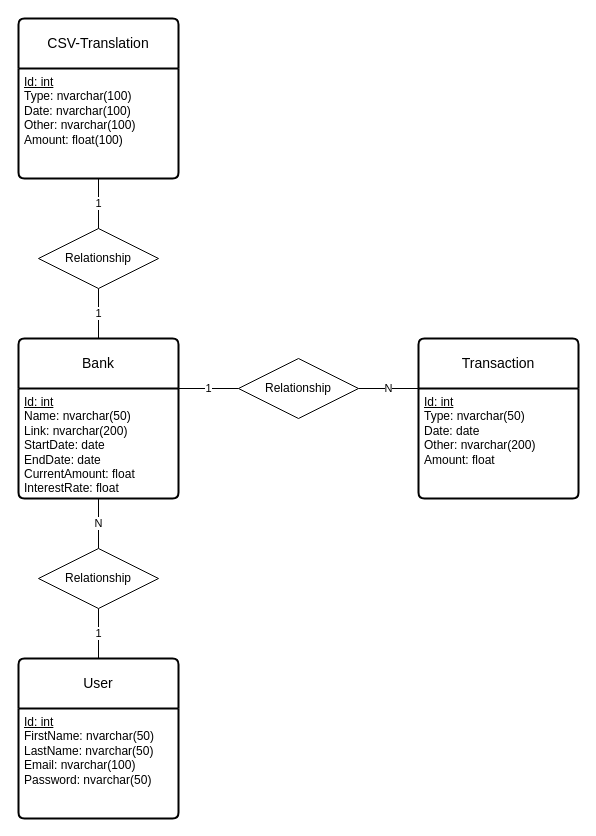
Before: Draw.io/Database_Schema.drawio in LukasTrust/rust_financial_manager, a draw.io diagram. Source tidied: cells renumbered, new cells numbered last; positions are measured from the earlier drawing's top-left corner, leaving out a move shared by most shapes. Both pictures are drawn from the tidied source at 100%, with x=0, y=0 at pixel (18, 18).
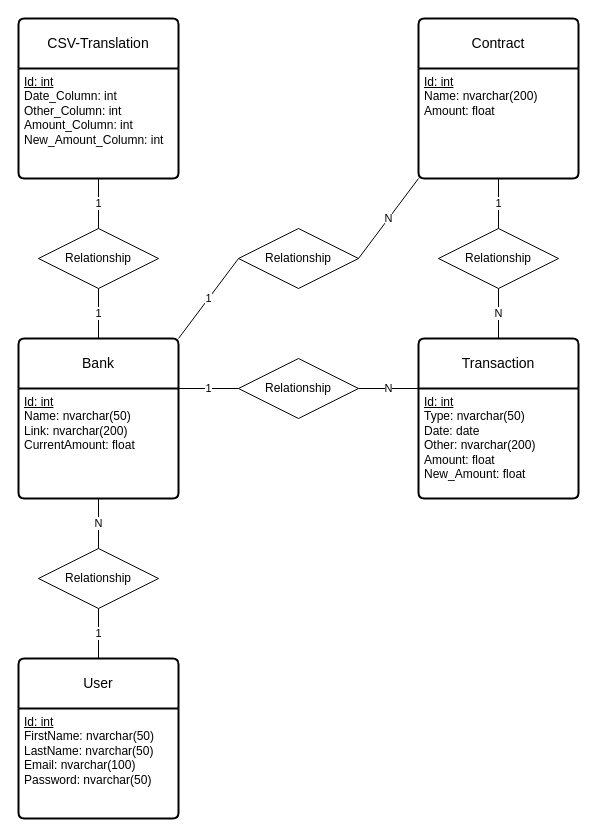
Above is the later version.

The change refers to these unchanged cells:
```xml
<mxCell id="3" value="Bank" style="swimlane;horizontal=1;startSize=50;rounded=1;fontSize=14;fontStyle=0;strokeWidth=2;shadow=0;dashed=0;align=center;arcSize=4;whiteSpace=wrap;html=1;" parent="1" vertex="1">
  <mxGeometry y="320" width="160" height="160" as="geometry" />
</mxCell>
<mxCell id="5" value="Transaction" style="swimlane;horizontal=1;startSize=50;rounded=1;fontSize=14;fontStyle=0;strokeWidth=2;shadow=0;dashed=0;align=center;arcSize=4;whiteSpace=wrap;html=1;" parent="1" vertex="1">
  <mxGeometry x="400" y="320" width="160" height="160" as="geometry" />
</mxCell>
<mxCell id="15" value="CSV-Translation" style="swimlane;horizontal=1;startSize=50;rounded=1;fontSize=14;fontStyle=0;strokeWidth=2;shadow=0;dashed=0;align=center;arcSize=4;whiteSpace=wrap;html=1;" parent="1" vertex="1">
  <mxGeometry width="160" height="160" as="geometry" />
</mxCell>
```

Diff of the diagram source:
```diff
@@
+    <mxCell id="20" value="1" style="rounded=0;jettySize=auto;html=1;exitX=1;exitY=0;exitDx=0;exitDy=0;entryX=0;entryY=0.5;entryDx=0;entryDy=0;endArrow=none;endFill=0;" parent="1" edge="1" source="3" target="24">
+      <mxGeometry relative="1" as="geometry" />
+    </mxCell>
@@
-    <mxCell id="4" value="&lt;u&gt;Id: int&lt;/u&gt;&lt;div&gt;Name: nvarchar(50)&lt;/div&gt;&lt;div&gt;Link: nvarchar(200)&lt;/div&gt;&lt;div&gt;StartDate: date&lt;/div&gt;&lt;div&gt;EndDate: date&lt;/div&gt;&lt;div&gt;CurrentAmount: float&lt;/div&gt;&lt;div&gt;InterestRate: float&lt;br&gt;&lt;/div&gt;" style="align=left;strokeColor=none;fillColor=none;spacingLeft=4;fontSize=12;verticalAlign=top;html=1;" parent="3" vertex="1">
+    <mxCell id="4" value="&lt;u&gt;Id: int&lt;/u&gt;&lt;div&gt;Name: nvarchar(50)&lt;/div&gt;&lt;div&gt;Link: nvarchar(200)&lt;/div&gt;&lt;div&gt;&lt;span style=&quot;background-color: initial;&quot;&gt;CurrentAmount: float&lt;/span&gt;&lt;br&gt;&lt;/div&gt;&lt;div&gt;&lt;br&gt;&lt;/div&gt;" style="align=left;strokeColor=none;fillColor=none;spacingLeft=4;fontSize=12;verticalAlign=top;html=1;" parent="3" vertex="1">
       <mxGeometry y="50" width="160" height="110" as="geometry" />
     </mxCell>
@@
-    <mxCell id="6" value="&lt;u&gt;Id: int&lt;/u&gt;&lt;div&gt;Type: nvarchar(50)&lt;/div&gt;&lt;div&gt;Date: date&lt;/div&gt;&lt;div&gt;Other: nvarchar(200)&lt;/div&gt;&lt;div&gt;Amount: float&lt;/div&gt;&lt;div&gt;&lt;br&gt;&lt;/div&gt;" style="align=left;strokeColor=none;fillColor=none;spacingLeft=4;fontSize=12;verticalAlign=top;html=1;" parent="5" vertex="1">
+    <mxCell id="6" value="&lt;u&gt;Id: int&lt;/u&gt;&lt;div&gt;Type: nvarchar(50)&lt;/div&gt;&lt;div&gt;Date: date&lt;/div&gt;&lt;div&gt;Other: nvarchar(200)&lt;/div&gt;&lt;div&gt;Amount: float&lt;/div&gt;&lt;div&gt;New_Amount: float&lt;/div&gt;" style="align=left;strokeColor=none;fillColor=none;spacingLeft=4;fontSize=12;verticalAlign=top;html=1;" parent="5" vertex="1">
       <mxGeometry y="50" width="160" height="110" as="geometry" />
     </mxCell>
@@
-    <mxCell id="16" value="&lt;u&gt;Id: int&lt;/u&gt;&lt;div&gt;Type: nvarchar(100)&lt;/div&gt;&lt;div&gt;Date: nvarchar(100)&lt;/div&gt;&lt;div&gt;Other: nvarchar(100)&lt;/div&gt;&lt;div&gt;Amount: float(100)&lt;/div&gt;" style="align=left;strokeColor=none;fillColor=none;spacingLeft=4;fontSize=12;verticalAlign=top;html=1;" parent="15" vertex="1">
+    <mxCell id="16" value="&lt;u&gt;Id: int&lt;/u&gt;&lt;div&gt;&lt;span style=&quot;background-color: initial;&quot;&gt;Date&lt;/span&gt;&lt;span style=&quot;background-color: initial;&quot;&gt;_Column: int&lt;/span&gt;&lt;br&gt;&lt;/div&gt;&lt;div&gt;Other&lt;span style=&quot;background-color: initial;&quot;&gt;_Column: int&lt;/span&gt;&lt;/div&gt;&lt;div&gt;Amount&lt;span style=&quot;background-color: initial;&quot;&gt;_Column: int&lt;/span&gt;&lt;/div&gt;&lt;div&gt;New_Amount_Column: int&lt;/div&gt;" style="align=left;strokeColor=none;fillColor=none;spacingLeft=4;fontSize=12;verticalAlign=top;html=1;" parent="15" vertex="1">
       <mxGeometry y="50" width="160" height="110" as="geometry" />
     </mxCell>
@@
+    <mxCell id="21" value="Contract" style="swimlane;horizontal=1;startSize=50;rounded=1;fontSize=14;fontStyle=0;strokeWidth=2;shadow=0;dashed=0;align=center;arcSize=4;whiteSpace=wrap;html=1;" parent="1" vertex="1">
+      <mxGeometry x="400" width="160" height="160" as="geometry" />
+    </mxCell>
+    <mxCell id="22" value="&lt;u&gt;Id: int&lt;/u&gt;&lt;div&gt;&lt;div&gt;Name: nvarchar(200)&lt;/div&gt;&lt;div&gt;Amount: float&lt;/div&gt;&lt;/div&gt;" style="align=left;strokeColor=none;fillColor=none;spacingLeft=4;fontSize=12;verticalAlign=top;html=1;" parent="21" vertex="1">
+      <mxGeometry y="50" width="160" height="110" as="geometry" />
+    </mxCell>
+    <mxCell id="23" value="N" style="rounded=0;jettySize=auto;html=1;exitX=1;exitY=0.5;exitDx=0;exitDy=0;entryX=0;entryY=1;entryDx=0;entryDy=0;endArrow=none;endFill=0;" parent="1" edge="1" source="24" target="22">
+      <mxGeometry relative="1" as="geometry" />
+    </mxCell>
+    <mxCell id="24" value="Relationship" style="shape=rhombus;perimeter=rhombusPerimeter;whiteSpace=wrap;html=1;align=center;" parent="1" vertex="1">
+      <mxGeometry x="220" y="210" width="120" height="60" as="geometry" />
+    </mxCell>
+    <mxCell id="25" value="N" style="edgeStyle=none;shape=connector;rounded=0;jettySize=auto;html=1;exitX=0.5;exitY=1;exitDx=0;exitDy=0;entryX=0.5;entryY=0;entryDx=0;entryDy=0;strokeColor=default;align=center;verticalAlign=middle;fontFamily=Helvetica;fontSize=11;fontColor=default;labelBackgroundColor=default;endArrow=none;endFill=0;" parent="1" edge="1" source="27" target="5">
+      <mxGeometry relative="1" as="geometry" />
+    </mxCell>
+    <mxCell id="26" value="1" style="edgeStyle=none;shape=connector;rounded=0;jettySize=auto;html=1;exitX=0.5;exitY=0;exitDx=0;exitDy=0;entryX=0.5;entryY=1;entryDx=0;entryDy=0;strokeColor=default;align=center;verticalAlign=middle;fontFamily=Helvetica;fontSize=11;fontColor=default;labelBackgroundColor=default;endArrow=none;endFill=0;" parent="1" edge="1" source="27" target="22">
+      <mxGeometry relative="1" as="geometry" />
+    </mxCell>
+    <mxCell id="27" value="Relationship" style="shape=rhombus;perimeter=rhombusPerimeter;whiteSpace=wrap;html=1;align=center;" parent="1" vertex="1">
+      <mxGeometry x="420" y="210" width="120" height="60" as="geometry" />
+    </mxCell>
```
